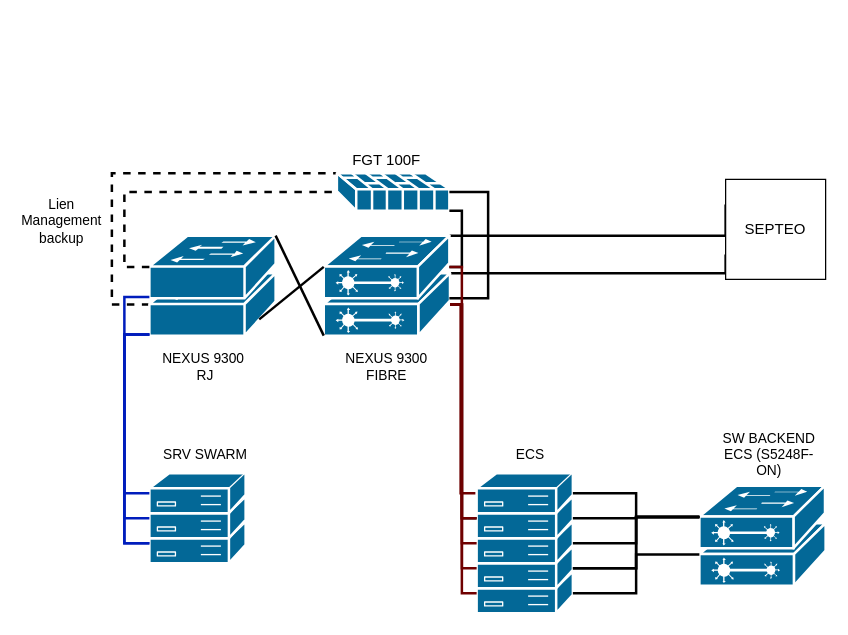
titiuv24/diagrammes keeps this draw.io diagram as schémabaiemarseille.drawio. Above is the earlier version. Source tidied: cells renumbered, new cells numbered last; positions are measured from the earlier drawing's top-left corner, leaving out a move shared by most shapes. Both pictures are drawn from the tidied source at 125%, with x=0, y=0 at pixel (24, 148).
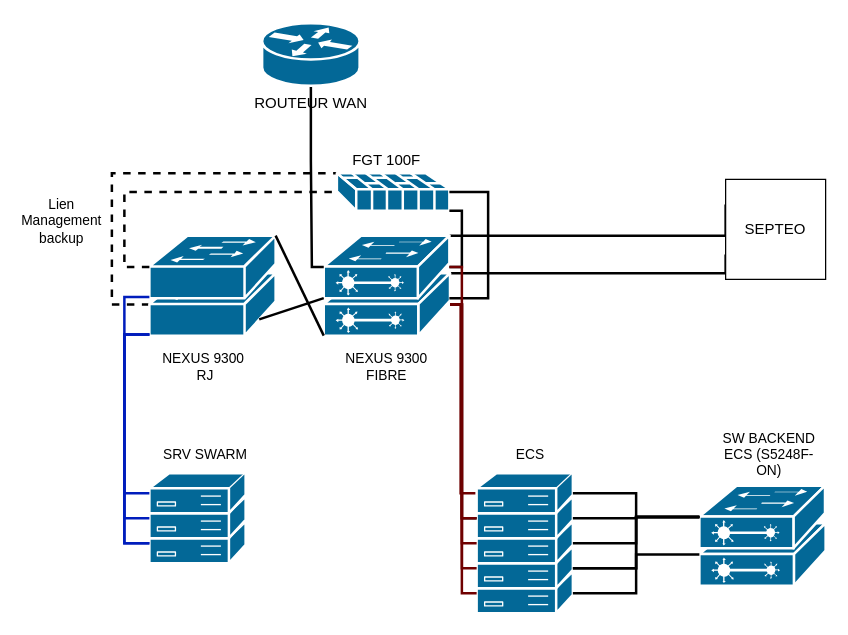
Above is the later version.

Commit message:
Mettre à jour schémabaiemarseille.drawio

Unchanged cells that the change refers to:
```xml
<mxCell id="5" style="shape=mxgraph.cisco.switches.workgroup_switch;sketch=0;html=1;dashed=0;fillColor=#036897;strokeColor=#ffffff;strokeWidth=2;verticalLabelPosition=bottom;verticalAlign=top;align=center;outlineConnect=0;" parent="1" vertex="1">
  <mxGeometry x="100" y="100" width="101" height="50" as="geometry" />
</mxCell>
<mxCell id="12" style="shape=mxgraph.cisco.switches.layer_2_remote_switch;sketch=0;html=1;dashed=0;fillColor=#036897;strokeColor=#ffffff;strokeWidth=2;verticalLabelPosition=bottom;verticalAlign=top;align=center;outlineConnect=0;" parent="1" vertex="1">
  <mxGeometry x="239.5" y="70" width="100.5" height="50" as="geometry" />
</mxCell>
```

What changed in the source:
```diff
@@
-    <mxCell id="16" style="shape=connector;rounded=0;jettySize=auto;html=1;exitX=0.87;exitY=0.74;exitDx=0;exitDy=0;exitPerimeter=0;entryX=0;entryY=0.5;entryDx=0;entryDy=0;entryPerimeter=0;strokeColor=default;strokeWidth=2;align=center;verticalAlign=middle;fontFamily=Helvetica;fontSize=11;fontColor=default;labelBackgroundColor=default;endArrow=none;endFill=0;" parent="1" edge="1" source="5" target="12">
+    <mxCell id="16" style="shape=connector;rounded=0;jettySize=auto;html=1;exitX=0.87;exitY=0.74;exitDx=0;exitDy=0;exitPerimeter=0;entryX=0;entryY=1;entryDx=0;entryDy=0;entryPerimeter=0;strokeColor=default;strokeWidth=2;align=center;verticalAlign=middle;fontFamily=Helvetica;fontSize=11;fontColor=default;labelBackgroundColor=default;endArrow=none;endFill=0;" parent="1" edge="1" source="5" target="12">
       <mxGeometry relative="1" as="geometry" />
     </mxCell>
@@
+    <mxCell id="49" style="edgeStyle=orthogonalEdgeStyle;rounded=0;jettySize=auto;html=1;exitX=0.5;exitY=1;exitDx=0;exitDy=0;exitPerimeter=0;entryX=0;entryY=0.5;entryDx=0;entryDy=0;entryPerimeter=0;strokeWidth=2;endArrow=none;endFill=0;strokeColor=light-dark(#000000,#FF0000);" parent="1" edge="1" source="50" target="12">
+      <mxGeometry relative="1" as="geometry">
+        <Array as="points">
+          <mxPoint x="229" y="10" />
+          <mxPoint x="230" y="10" />
+          <mxPoint x="230" y="95" />
+        </Array>
+      </mxGeometry>
+    </mxCell>
+    <mxCell id="50" value="ROUTEUR WAN" style="shape=mxgraph.cisco.routers.router;sketch=0;html=1;dashed=0;fillColor=#036897;strokeColor=#ffffff;strokeWidth=2;verticalLabelPosition=bottom;verticalAlign=top;align=center;outlineConnect=0;" parent="1" vertex="1">
+      <mxGeometry x="190.2" y="-100" width="78" height="50" as="geometry" />
+    </mxCell>
```
